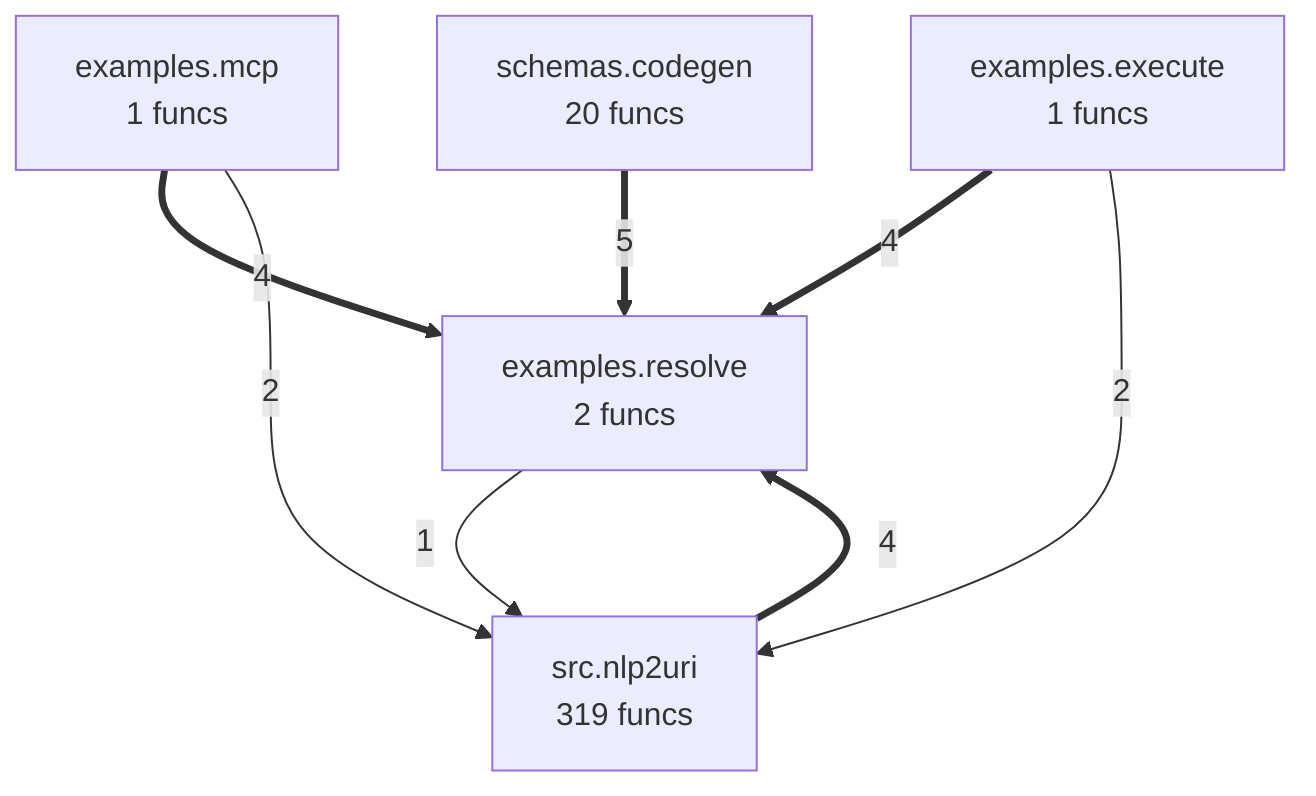
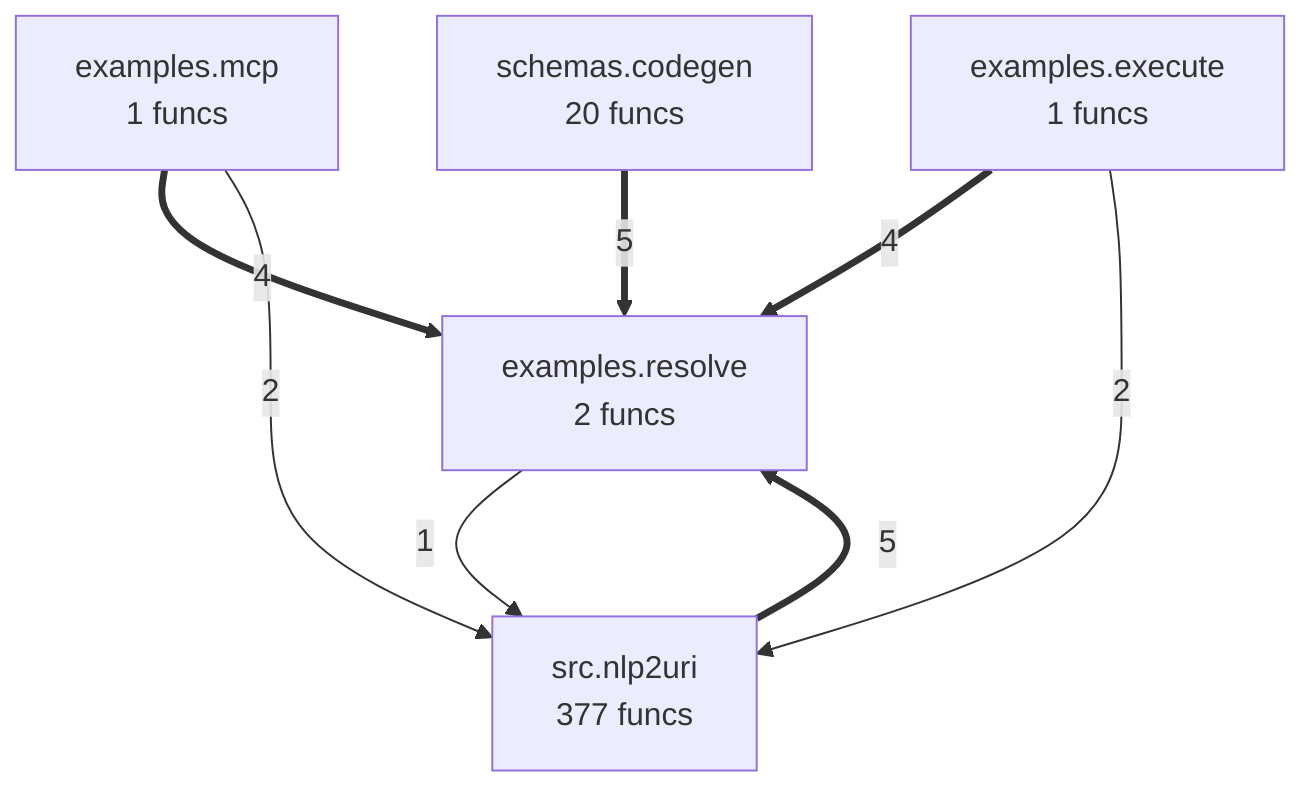
flowchart TD
- %% generated in 0.02s
+ %% generated in 0.03s
    examples__execute["examples.execute<br/>1 funcs"]
    examples__mcp["examples.mcp<br/>1 funcs"]
    examples__resolve["examples.resolve<br/>2 funcs"]
    schemas__codegen["schemas.codegen<br/>20 funcs"]
-     src__nlp2uri["src.nlp2uri<br/>319 funcs"]
+     src__nlp2uri["src.nlp2uri<br/>377 funcs"]
    schemas__codegen ==>|5| examples__resolve
+     src__nlp2uri ==>|5| examples__resolve
    examples__mcp ==>|4| examples__resolve
    examples__execute ==>|4| examples__resolve
-     src__nlp2uri ==>|4| examples__resolve
    examples__mcp -->|2| src__nlp2uri
    examples__execute -->|2| src__nlp2uri
    examples__resolve -->|1| src__nlp2uri
